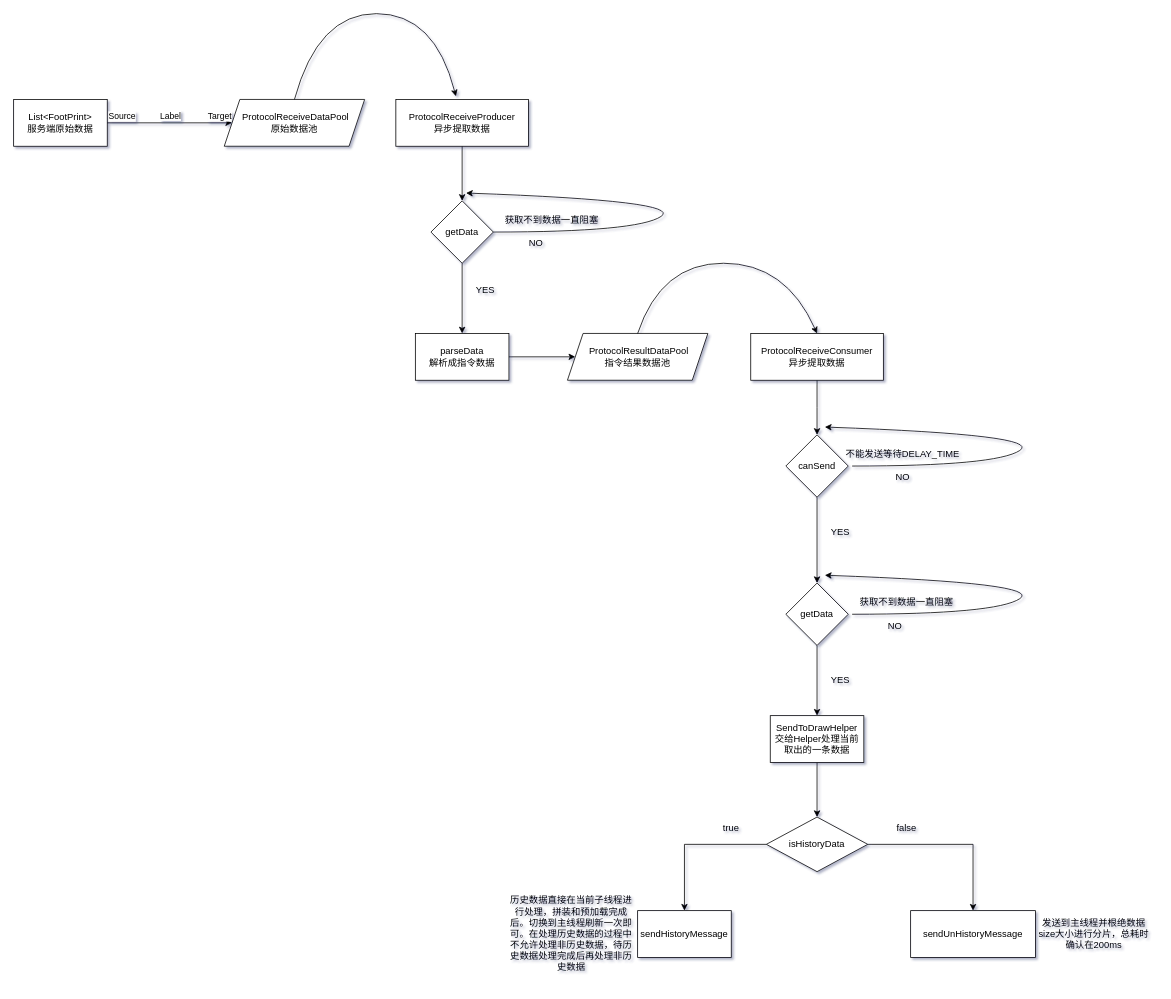
The draw.io diagram flowchart/异步解析协议数据.drawio in Xman-zhangsj/drawio, before the edit. Source tidied: cells renumbered, new cells numbered last; positions are measured from the earlier drawing's top-left corner, leaving out a move shared by most shapes. Both pictures are drawn from the tidied source at 78%, with x=0, y=0 at pixel (13, 13).
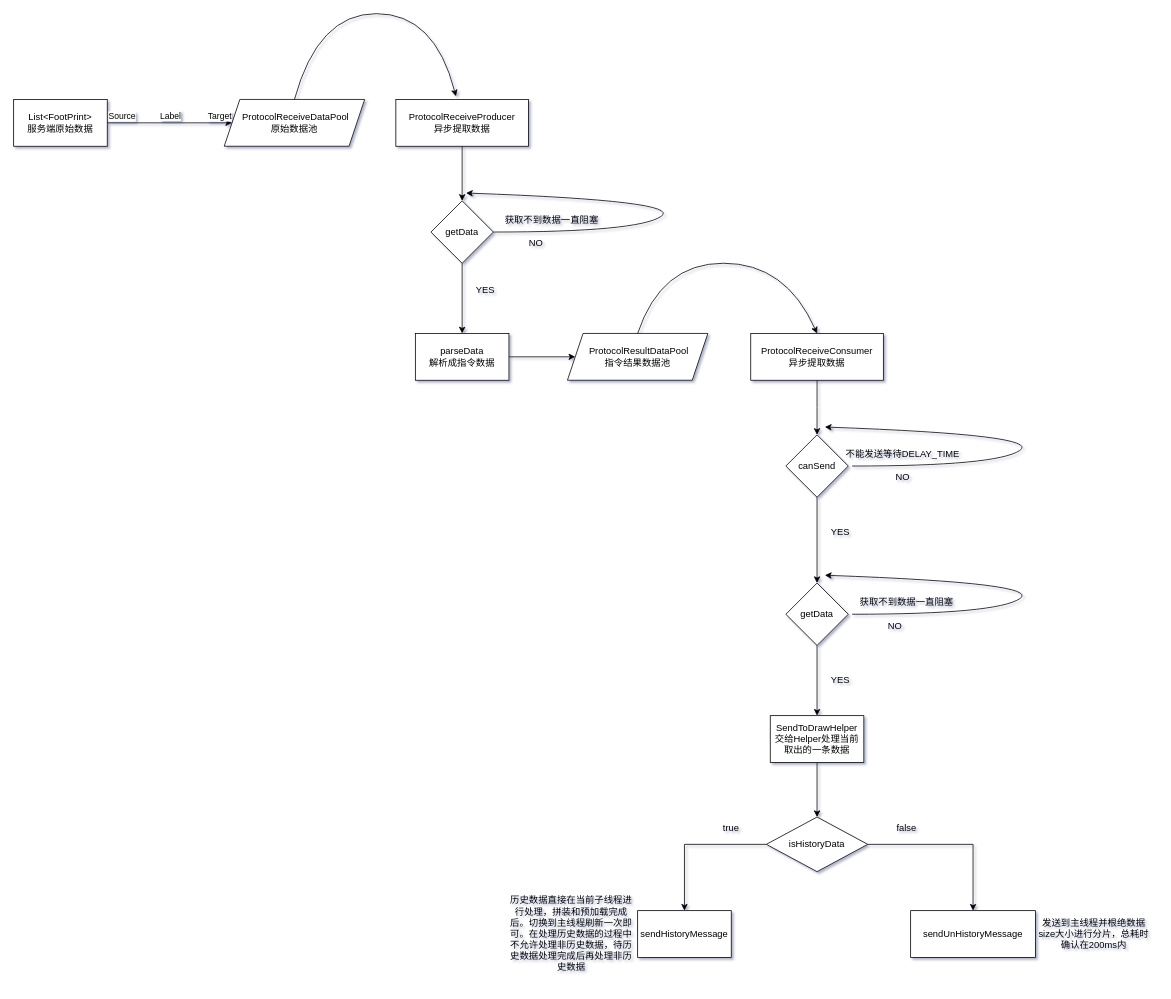
The same diagram, later.

Commit message:
更新异步解析协议数据.drawio

The edit, as a diff of the source:
```diff
@@
-    <mxCell id="44" value="发送到主线程并根绝数据size大小进行分片，总耗时确认在200ms" style="text;html=1;strokeColor=none;fillColor=none;align=center;verticalAlign=middle;whiteSpace=wrap;rounded=0;" parent="1" vertex="1">
+    <mxCell id="44" value="发送到主线程并根绝数据size大小进行分片，总耗时确认在200ms内" style="text;html=1;strokeColor=none;fillColor=none;align=center;verticalAlign=middle;whiteSpace=wrap;rounded=0;" parent="1" vertex="1">
       <mxGeometry x="1310" y="1150" width="150" height="60" as="geometry" />
     </mxCell>
```
